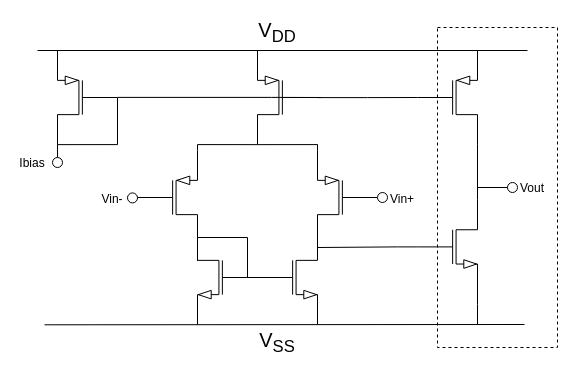
This is siam.drawio from FranciscoPRosa/NEEC_test, a draw.io file, before an edit. Source tidied: cells renumbered, new cells numbered last; positions are measured from the earlier drawing's top-left corner, leaving out a move shared by most shapes. Both pictures are drawn from the tidied source at 100%, with x=0, y=0 at pixel (17, 17).
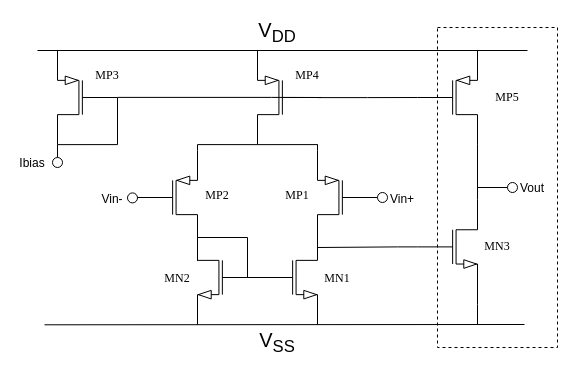
After the change.

What changed in the source:
```diff
@@
+    <mxCell id="35" value="&lt;font face=&quot;Garamond&quot;&gt;MP1&lt;/font&gt;" style="text;html=1;align=center;verticalAlign=middle;whiteSpace=wrap;rounded=0;" parent="1" vertex="1">
+      <mxGeometry x="260" y="160" width="40" height="36.9" as="geometry" />
+    </mxCell>
+    <mxCell id="36" value="&lt;font face=&quot;Garamond&quot;&gt;MP2&lt;/font&gt;" style="text;html=1;align=center;verticalAlign=middle;whiteSpace=wrap;rounded=0;" parent="1" vertex="1">
+      <mxGeometry x="180" y="160" width="40" height="36.9" as="geometry" />
+    </mxCell>
+    <mxCell id="37" value="&lt;font face=&quot;Garamond&quot;&gt;MP4&lt;/font&gt;" style="text;html=1;align=center;verticalAlign=middle;whiteSpace=wrap;rounded=0;" parent="1" vertex="1">
+      <mxGeometry x="270" y="40" width="40" height="36.9" as="geometry" />
+    </mxCell>
+    <mxCell id="38" value="&lt;font face=&quot;Garamond&quot;&gt;MP3&lt;/font&gt;" style="text;html=1;align=center;verticalAlign=middle;whiteSpace=wrap;rounded=0;" parent="1" vertex="1">
+      <mxGeometry x="70" y="40" width="40" height="36.9" as="geometry" />
+    </mxCell>
+    <mxCell id="39" value="&lt;font face=&quot;Garamond&quot;&gt;MP5&lt;/font&gt;" style="text;html=1;align=center;verticalAlign=middle;whiteSpace=wrap;rounded=0;" parent="1" vertex="1">
+      <mxGeometry x="470" y="61.6" width="40" height="36.9" as="geometry" />
+    </mxCell>
+    <mxCell id="40" value="&lt;font face=&quot;Garamond&quot;&gt;MN1&lt;/font&gt;" style="text;html=1;align=center;verticalAlign=middle;whiteSpace=wrap;rounded=0;" parent="1" vertex="1">
+      <mxGeometry x="300" y="242.6" width="40" height="36.9" as="geometry" />
+    </mxCell>
+    <mxCell id="41" value="&lt;font face=&quot;Garamond&quot;&gt;MN2&lt;/font&gt;" style="text;html=1;align=center;verticalAlign=middle;whiteSpace=wrap;rounded=0;" parent="1" vertex="1">
+      <mxGeometry x="140" y="242.6" width="40" height="36.9" as="geometry" />
+    </mxCell>
+    <mxCell id="42" value="&lt;font face=&quot;Garamond&quot;&gt;MN3&lt;/font&gt;" style="text;html=1;align=center;verticalAlign=middle;whiteSpace=wrap;rounded=0;" parent="1" vertex="1">
+      <mxGeometry x="460" y="211" width="40" height="36.9" as="geometry" />
+    </mxCell>
```
